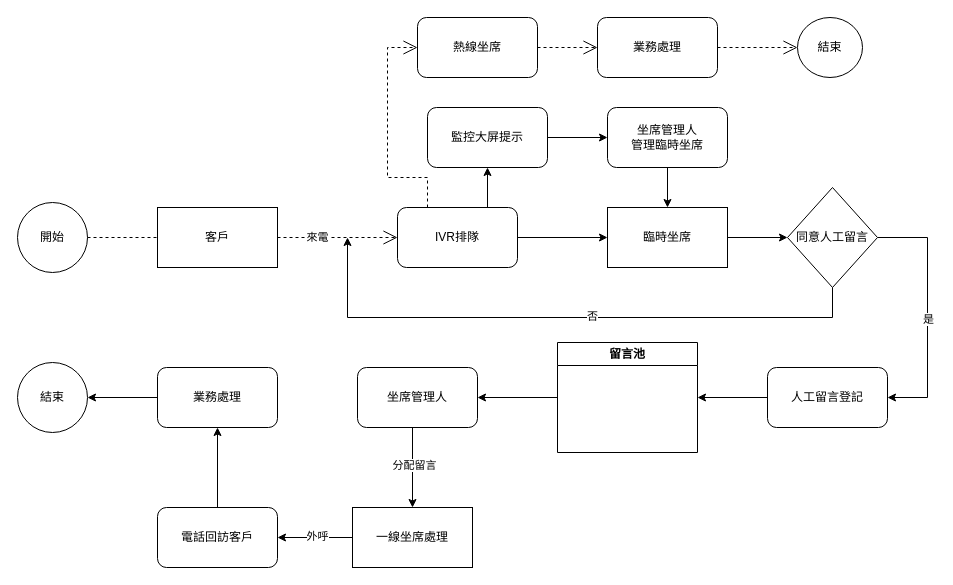
Earlier version of the draw.io diagram PickCall.drawio (2571788183/-). Source tidied: cells renumbered, new cells numbered last; positions are measured from the earlier drawing's top-left corner, leaving out a move shared by most shapes. Both pictures are drawn from the tidied source at 100%, with x=0, y=0 at pixel (17, 17).
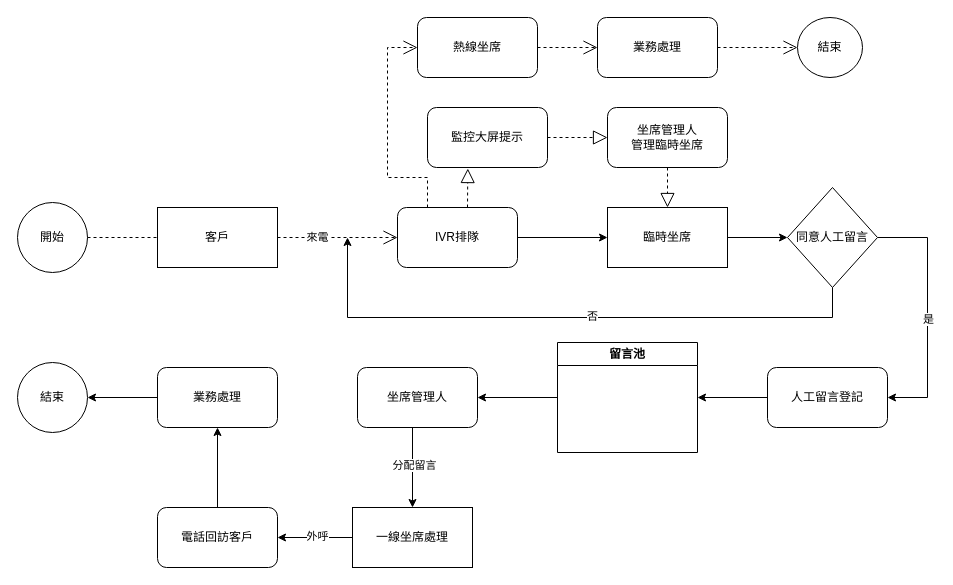
The same diagram, later.

Unchanged cells that the change refers to:
```xml
<mxCell id="5" value="臨時坐席" style="whiteSpace=wrap;html=1;rounded=0;" parent="1" vertex="1">
  <mxGeometry x="590" y="190" width="120" height="60" as="geometry" />
</mxCell>
<mxCell id="9" value="IVR排隊" style="rounded=1;whiteSpace=wrap;html=1;" parent="1" vertex="1">
  <mxGeometry x="380" y="190" width="120" height="60" as="geometry" />
</mxCell>
<mxCell id="36" value="監控大屏提示" style="rounded=1;whiteSpace=wrap;html=1;" parent="1" vertex="1">
  <mxGeometry x="410" y="90" width="120" height="60" as="geometry" />
</mxCell>
<mxCell id="38" value="坐席管理人&lt;br&gt;管理臨時坐席" style="whiteSpace=wrap;html=1;rounded=1;" parent="1" vertex="1">
  <mxGeometry x="590" y="90" width="120" height="60" as="geometry" />
</mxCell>
```

Change to the diagram source:
```diff
@@
-    <mxCell id="35" style="edgeStyle=orthogonalEdgeStyle;rounded=0;jettySize=auto;html=1;" parent="1" edge="1" source="36" target="38">
-      <mxGeometry relative="1" as="geometry" />
-    </mxCell>
@@
-    <mxCell id="37" style="endArrow=classic;html=1;rounded=0;entryX=0.5;entryY=1;entryDx=0;entryDy=0;" parent="1" edge="1" target="36">
-      <mxGeometry relative="1" as="geometry">
-        <mxPoint x="470" y="190" as="sourcePoint" />
-      </mxGeometry>
-    </mxCell>
@@
+    <mxCell id="40" value="來電" style="endArrow=open;endSize=12;dashed=1;html=1;rounded=0;entryX=0;entryY=0.5;entryDx=0;entryDy=0;" parent="1" edge="1" target="9">
+      <mxGeometry x="-0.33" relative="1" as="geometry">
+        <mxPoint x="260" y="220" as="sourcePoint" />
+      </mxGeometry>
+    </mxCell>
+    <mxCell id="41" style="endArrow=block;dashed=1;endFill=0;endSize=12;html=1;rounded=0;entryX=0.336;entryY=1.017;entryDx=0;entryDy=0;entryPerimeter=0;" parent="1" edge="1" target="36">
+      <mxGeometry relative="1" as="geometry">
+        <mxPoint x="450" y="190" as="sourcePoint" />
+      </mxGeometry>
+    </mxCell>
+    <mxCell id="42" style="endArrow=block;dashed=1;endFill=0;endSize=12;html=1;rounded=0;entryX=0;entryY=0.5;entryDx=0;entryDy=0;entryPerimeter=0;" parent="1" edge="1" target="38">
+      <mxGeometry relative="1" as="geometry">
+        <mxPoint x="530" y="120" as="sourcePoint" />
+      </mxGeometry>
+    </mxCell>
-    <mxCell id="39" style="endArrow=classic;html=1;rounded=0;entryX=0.5;entryY=0;entryDx=0;entryDy=0;exitX=0.5;exitY=1;exitDx=0;exitDy=0;" parent="1" edge="1" source="38" target="5">
+    <mxCell id="39" style="endArrow=block;dashed=1;endFill=0;endSize=12;html=1;rounded=0;exitX=0.5;exitY=1;exitDx=0;exitDy=0;entryX=0.5;entryY=0;entryDx=0;entryDy=0;" parent="1" edge="1" source="38" target="5">
       <mxGeometry relative="1" as="geometry" />
     </mxCell>
-    <mxCell id="40" value="來電" style="endArrow=open;endSize=12;dashed=1;html=1;rounded=0;entryX=0;entryY=0.5;entryDx=0;entryDy=0;" parent="1" edge="1" target="9">
-      <mxGeometry x="-0.33" relative="1" as="geometry">
-        <mxPoint x="260" y="220" as="sourcePoint" />
-      </mxGeometry>
-    </mxCell>
```
